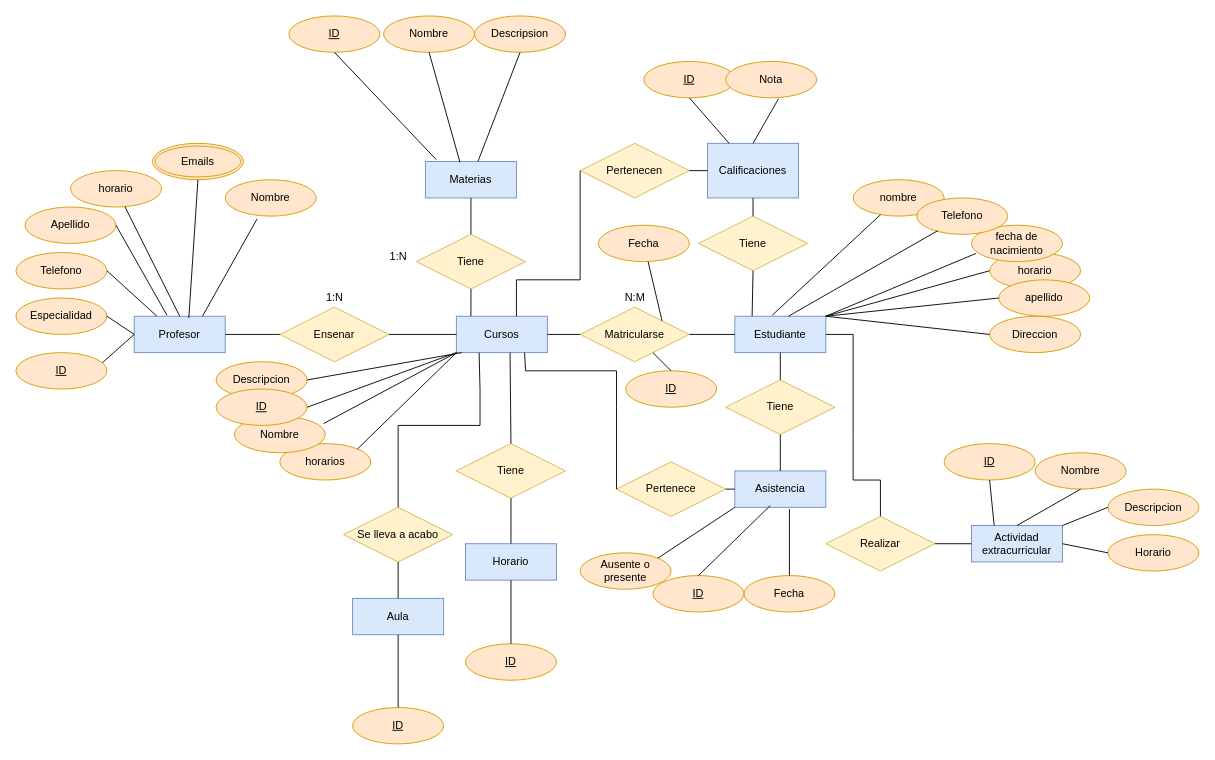
Earlier version of the draw.io diagram Unidad1/Tareas/Tarea evaluada/Diagrama sin título.drawio (JVC0/Base-Datos). Source tidied: cells renumbered, new cells numbered last; positions are measured from the earlier drawing's top-left corner, leaving out a move shared by most shapes. Both pictures are drawn from the tidied source at 91%, with x=0, y=0 at pixel (15, 15).
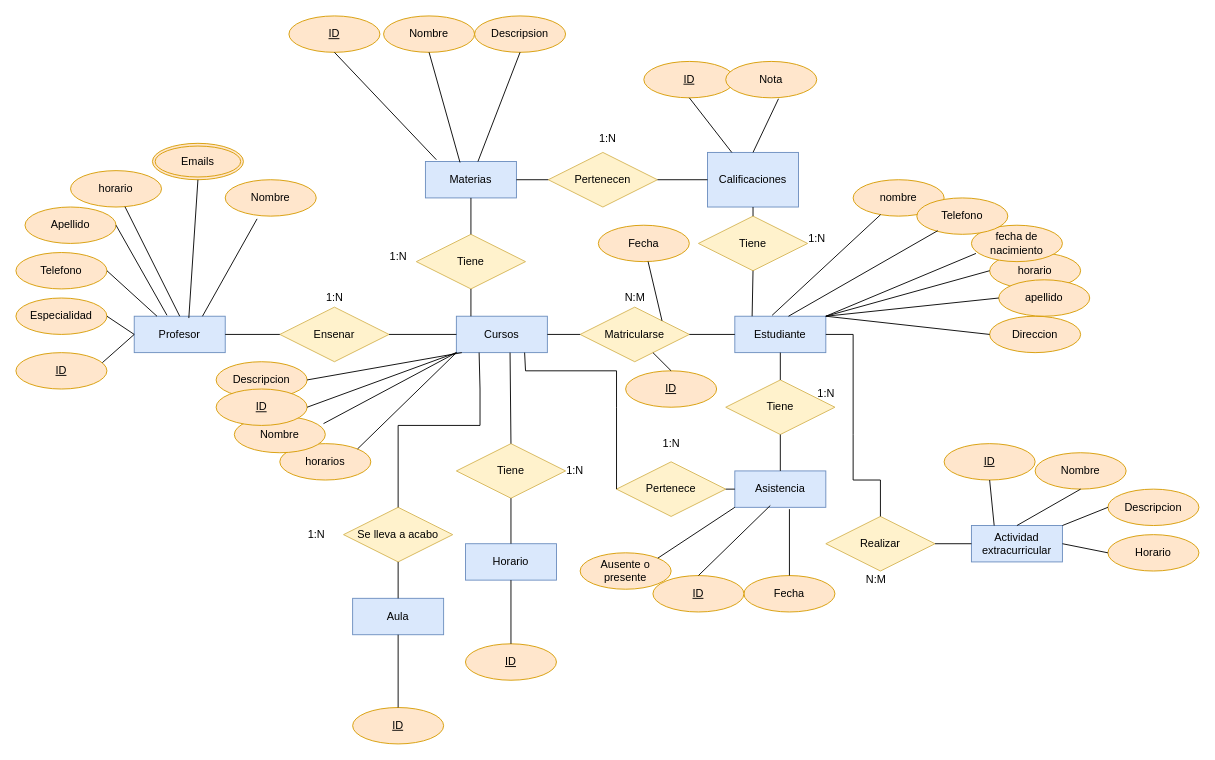
After the change.

The change refers to these unchanged cells:
```xml
<mxCell id="5" value="Materias" style="whiteSpace=wrap;html=1;align=center;fillColor=#dae8fc;strokeColor=#6c8ebf;" parent="1" vertex="1">
  <mxGeometry x="450" y="160" width="100" height="40" as="geometry" />
</mxCell>
```

Change to the diagram source:
```diff
@@
     <mxCell id="4" value="Calificaciones" style="whiteSpace=wrap;html=1;align=center;fillColor=#dae8fc;strokeColor=#6c8ebf;" parent="1" vertex="1">
-      <mxGeometry x="760" y="140" width="100" height="60" as="geometry" />
+      <mxGeometry x="760" y="150" width="100" height="60" as="geometry" />
     </mxCell>
@@
     <mxCell id="22" value="Pertenecen" style="shape=rhombus;perimeter=rhombusPerimeter;whiteSpace=wrap;html=1;align=center;fillColor=#fff2cc;strokeColor=#d6b656;" parent="1" vertex="1">
-      <mxGeometry x="620" y="140" width="120" height="60" as="geometry" />
+      <mxGeometry x="585" y="150" width="120" height="60" as="geometry" />
     </mxCell>
@@
-    <mxCell id="25" style="endArrow=none;html=1;rounded=0;entryX=0;entryY=0.5;entryDx=0;entryDy=0;" parent="1" edge="1" target="22">
-      <mxGeometry relative="1" as="geometry">
-        <mxPoint x="550" y="330" as="sourcePoint" />
-        <Array as="points">
-          <mxPoint x="550" y="290" />
-          <mxPoint x="620" y="290" />
-        </Array>
-      </mxGeometry>
-    </mxCell>
@@
+    <mxCell id="110" value="1:N" style="text;html=1;align=center;verticalAlign=middle;strokeColor=none;fillColor=none;" parent="1" vertex="1">
+      <mxGeometry x="310" y="555" width="40" height="30" as="geometry" />
+    </mxCell>
+    <mxCell id="111" value="1:N" style="text;html=1;align=center;verticalAlign=middle;strokeColor=none;fillColor=none;" parent="1" vertex="1">
+      <mxGeometry x="594" y="485" width="40" height="30" as="geometry" />
+    </mxCell>
+    <mxCell id="112" value="1:N" style="text;html=1;align=center;verticalAlign=middle;strokeColor=none;fillColor=none;" parent="1" vertex="1">
+      <mxGeometry x="860" y="230" width="40" height="30" as="geometry" />
+    </mxCell>
+    <mxCell id="113" style="endArrow=none;html=1;rounded=0;exitX=1;exitY=0.5;exitDx=0;exitDy=0;entryX=0;entryY=0.5;entryDx=0;entryDy=0;" parent="1" edge="1" source="5" target="22">
+      <mxGeometry relative="1" as="geometry" />
+    </mxCell>
+    <mxCell id="114" value="1:N" style="text;html=1;align=center;verticalAlign=middle;strokeColor=none;fillColor=none;" parent="1" vertex="1">
+      <mxGeometry x="630" y="120" width="40" height="30" as="geometry" />
+    </mxCell>
+    <mxCell id="115" value="1:N" style="text;html=1;align=center;verticalAlign=middle;strokeColor=none;fillColor=none;" parent="1" vertex="1">
+      <mxGeometry x="870" y="400" width="40" height="30" as="geometry" />
+    </mxCell>
+    <mxCell id="116" value="1:N" style="text;html=1;align=center;verticalAlign=middle;strokeColor=none;fillColor=none;" parent="1" vertex="1">
+      <mxGeometry x="700" y="455" width="40" height="30" as="geometry" />
+    </mxCell>
+    <mxCell id="117" value="N:M" style="text;html=1;align=center;verticalAlign=middle;strokeColor=none;fillColor=none;" parent="1" vertex="1">
+      <mxGeometry x="920" y="605" width="50" height="30" as="geometry" />
+    </mxCell>
```
